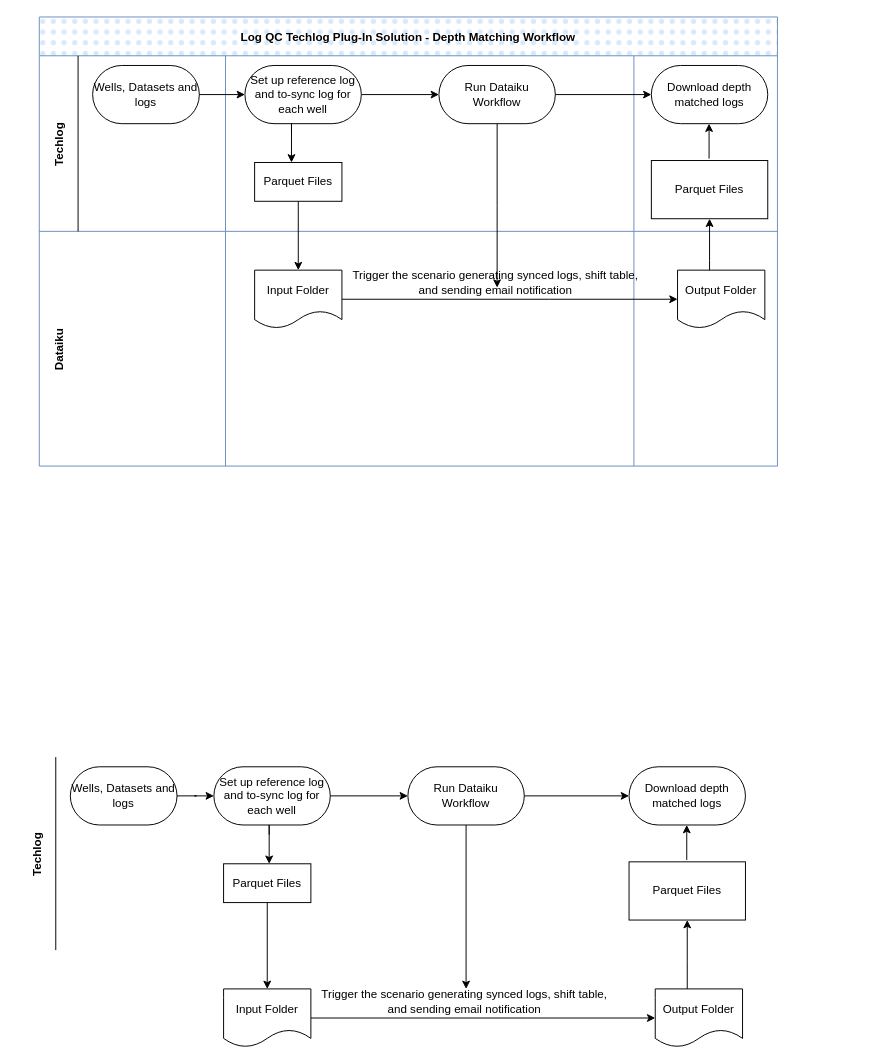
This is page "Copy of Page-1" (2 of 3) of Untitled Diagram.drawio from hellobinrui/dec-5, a draw.io file, before an edit. Source tidied: cells renumbered, new cells numbered last; positions are measured from the earlier drawing's top-left corner, leaving out a move shared by most shapes. Both pictures are drawn from the tidied source at 97%, with x=0, y=0 at pixel (16, 16).
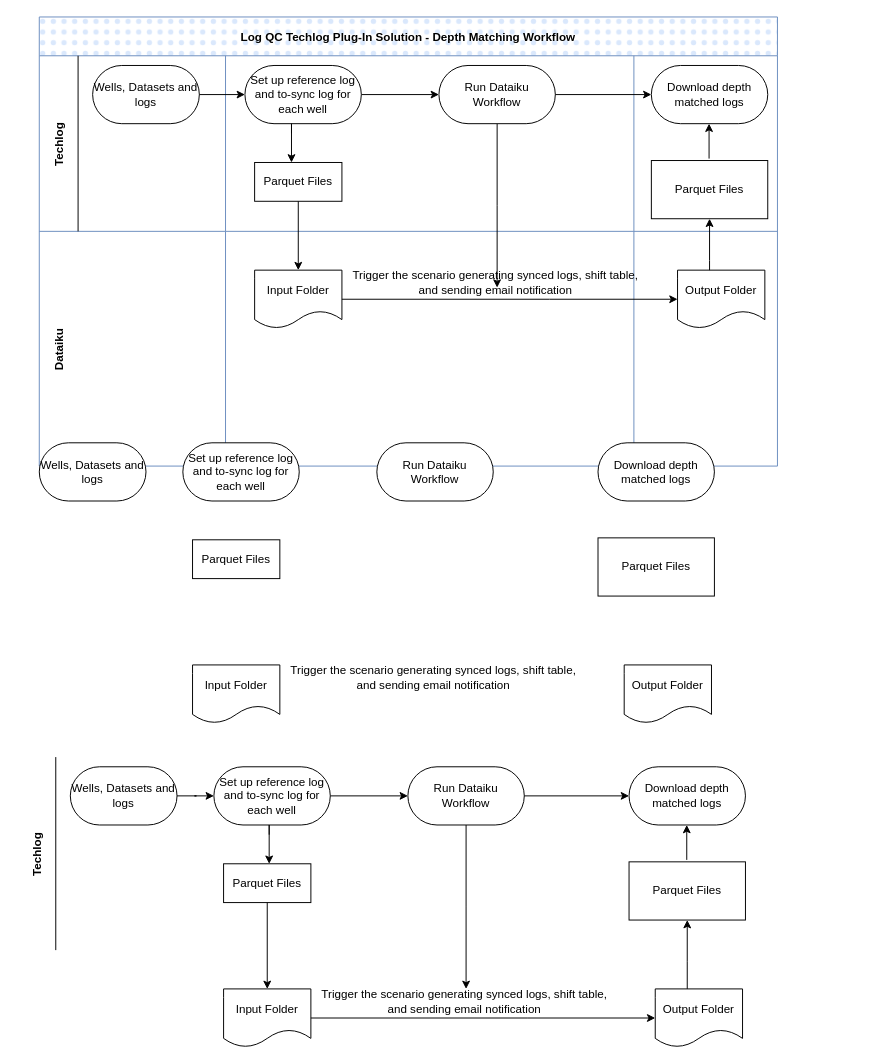
Above is the later version.

Change to the diagram source:
```diff
@@
+    <mxCell id="52" value="Wells, Datasets and logs" style="rounded=1;whiteSpace=wrap;html=1;arcSize=50;" parent="1" vertex="1">
+      <mxGeometry x="23" y="439" width="110" height="60" as="geometry" />
+    </mxCell>
+    <mxCell id="53" value="Parquet Files" style="rounded=0;whiteSpace=wrap;html=1;" parent="1" vertex="1">
+      <mxGeometry x="181" y="539" width="90" height="40" as="geometry" />
+    </mxCell>
+    <mxCell id="54" value="Set up reference log and to-sync log for each well" style="whiteSpace=wrap;html=1;rounded=1;arcSize=50;" parent="1" vertex="1">
+      <mxGeometry x="171" y="439" width="120" height="60" as="geometry" />
+    </mxCell>
+    <mxCell id="55" value="Input Folder" style="shape=document;whiteSpace=wrap;html=1;boundedLbl=1;" parent="1" vertex="1">
+      <mxGeometry x="181" y="668" width="90" height="60" as="geometry" />
+    </mxCell>
+    <mxCell id="56" value="Trigger the scenario generating synced logs, shift table,&lt;br&gt;and sending email notification" style="text;html=1;align=center;verticalAlign=middle;strokeColor=none;fillColor=none;" parent="1" vertex="1">
+      <mxGeometry x="273" y="660" width="312" height="41" as="geometry" />
+    </mxCell>
+    <mxCell id="57" value="Output Folder" style="shape=document;whiteSpace=wrap;html=1;boundedLbl=1;" parent="1" vertex="1">
+      <mxGeometry x="626" y="668" width="90" height="60" as="geometry" />
+    </mxCell>
+    <mxCell id="58" value="Parquet Files" style="whiteSpace=wrap;html=1;" parent="1" vertex="1">
+      <mxGeometry x="599" y="537" width="120" height="60" as="geometry" />
+    </mxCell>
+    <mxCell id="59" value="Download depth matched logs" style="whiteSpace=wrap;html=1;rounded=1;arcSize=50;" parent="1" vertex="1">
+      <mxGeometry x="599" y="439" width="120" height="60" as="geometry" />
+    </mxCell>
+    <mxCell id="60" value="Run Dataiku Workflow" style="whiteSpace=wrap;html=1;rounded=1;arcSize=50;" parent="1" vertex="1">
+      <mxGeometry x="371" y="439" width="120" height="60" as="geometry" />
+    </mxCell>
```
